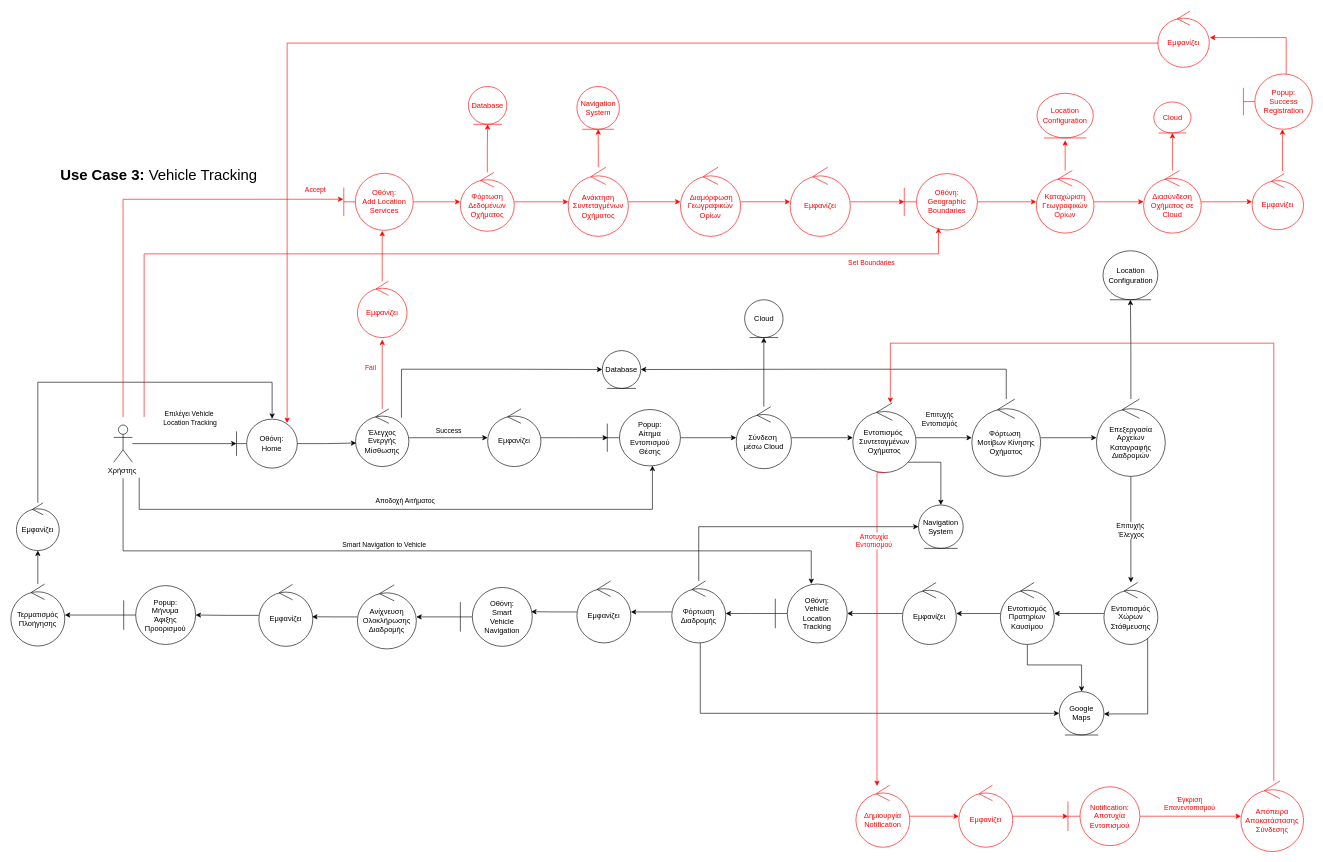
Before: page "Use Case 3 Robustness" (3 of 9) of drawio/Robustness.drawio in ChristineGi/LeaseIt, a draw.io diagram. Source tidied: cells renumbered, new cells numbered last; positions are measured from the earlier drawing's top-left corner, leaving out a move shared by most shapes. Both pictures are drawn from the tidied source at 62%, with x=0, y=0 at pixel (11, 11).
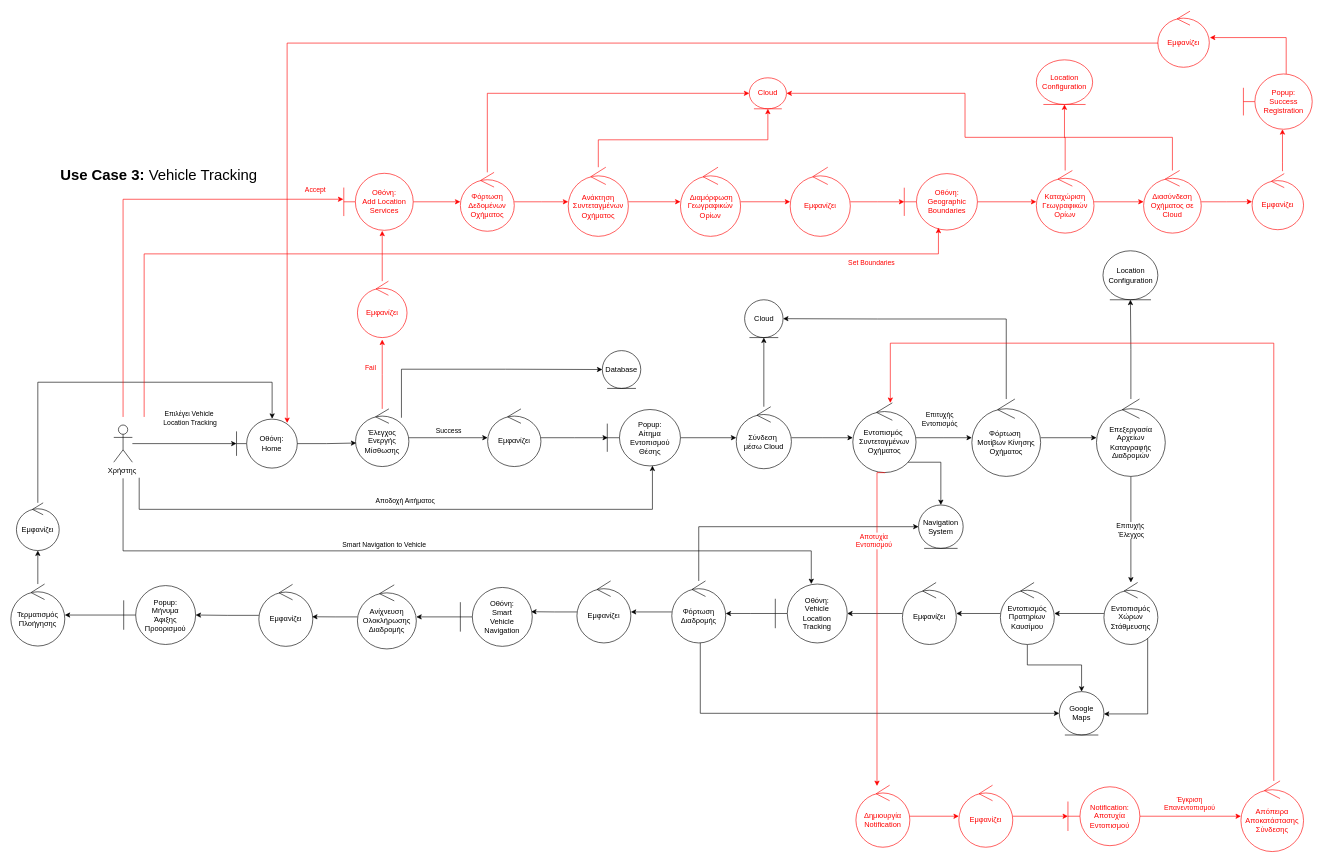
The same page after the edit.

The change refers to these unchanged cells:
```xml
<mxCell id="15" value="Database" style="ellipse;shape=umlEntity;whiteSpace=wrap;html=1;" parent="1" vertex="1">
  <mxGeometry x="954" y="547" width="62" height="61" as="geometry" />
</mxCell>
<mxCell id="25" value="Cloud" style="ellipse;shape=umlEntity;whiteSpace=wrap;html=1;" parent="1" vertex="1">
  <mxGeometry x="1183.5" y="465" width="62" height="61" as="geometry" />
</mxCell>
<mxCell id="33" value="Φόρτωση&amp;nbsp;&lt;div&gt;Μοτίβων Κίνησης&lt;/div&gt;&lt;div&gt;Οχήματος&lt;/div&gt;" style="ellipse;shape=umlControl;whiteSpace=wrap;html=1;" parent="1" vertex="1">
  <mxGeometry x="1550" y="625.1" width="111" height="124.8" as="geometry" />
</mxCell>
<mxCell id="76" value="Φόρτωση&lt;div&gt;Δεδομένων&lt;/div&gt;&lt;div&gt;Οχήματος&lt;/div&gt;" style="ellipse;shape=umlControl;whiteSpace=wrap;html=1;fontColor=#FF0000;strokeColor=#FF0000;" parent="1" vertex="1">
  <mxGeometry x="725" y="259.5" width="87" height="95" as="geometry" />
</mxCell>
<mxCell id="80" value="Ανάκτηση&lt;div&gt;Συντεταγμένων&lt;/div&gt;&lt;div&gt;Οχήματος&lt;/div&gt;" style="ellipse;shape=umlControl;whiteSpace=wrap;html=1;fontColor=#FF0000;strokeColor=#FF0000;" parent="1" vertex="1">
  <mxGeometry x="899" y="251.2" width="97" height="111.5" as="geometry" />
</mxCell>
<mxCell id="92" value="Καταχώριση&lt;div&gt;Γεωγραφικών&lt;/div&gt;&lt;div&gt;Ορίων&lt;/div&gt;" style="ellipse;shape=umlControl;whiteSpace=wrap;html=1;fontColor=#FF0000;strokeColor=#FF0000;" parent="1" vertex="1">
  <mxGeometry x="1654" y="256.5" width="93" height="101" as="geometry" />
</mxCell>
<mxCell id="96" value="Διασύνδεση&lt;div&gt;Οχήματος σε&lt;/div&gt;&lt;div&gt;Cloud&lt;/div&gt;" style="ellipse;shape=umlControl;whiteSpace=wrap;html=1;fontColor=#FF0000;strokeColor=#FF0000;" parent="1" vertex="1">
  <mxGeometry x="1827" y="256.5" width="93" height="101" as="geometry" />
</mxCell>
<mxCell id="99" value="Εμφανίζει" style="ellipse;shape=umlControl;whiteSpace=wrap;html=1;fontColor=#FF0000;strokeColor=#FF0000;" parent="1" vertex="1">
  <mxGeometry x="2002" y="261.5" width="83" height="90.5" as="geometry" />
</mxCell>
```

Diff of the diagram source:
```diff
@@
-    <mxCell id="31" style="edgeStyle=orthogonalEdgeStyle;rounded=0;jettySize=auto;html=1;entryX=1;entryY=0.5;entryDx=0;entryDy=0;" parent="1" edge="1" source="33" target="15">
-      <mxGeometry relative="1" as="geometry">
-        <Array as="points">
-          <mxPoint x="1606" y="577" />
-          <mxPoint x="1317" y="577" />
-          <mxPoint x="1084" y="578" />
-        </Array>
-      </mxGeometry>
-    </mxCell>
@@
+    <mxCell id="116" style="edgeStyle=orthogonalEdgeStyle;rounded=0;jettySize=auto;html=1;entryX=1;entryY=0.5;entryDx=0;entryDy=0;" parent="1" edge="1" source="33" target="25">
+      <mxGeometry relative="1" as="geometry">
+        <Array as="points">
+          <mxPoint x="1605" y="496" />
+          <mxPoint x="1398" y="496" />
+        </Array>
+      </mxGeometry>
+    </mxCell>
@@
-    <mxCell id="73" value="Database" style="ellipse;shape=umlEntity;whiteSpace=wrap;html=1;fontColor=#FF0000;strokeColor=#FF0000;" parent="1" vertex="1">
-      <mxGeometry x="738" y="121" width="62" height="61" as="geometry" />
-    </mxCell>
-    <mxCell id="74" style="edgeStyle=orthogonalEdgeStyle;rounded=0;jettySize=auto;html=1;fontColor=#FF0000;strokeColor=#FF0000;" parent="1" edge="1" source="76" target="73">
-      <mxGeometry relative="1" as="geometry" />
+    <mxCell id="74" style="edgeStyle=orthogonalEdgeStyle;rounded=0;jettySize=auto;html=1;fontColor=#FF0000;strokeColor=#FF0000;entryX=0;entryY=0.5;entryDx=0;entryDy=0;" parent="1" edge="1" source="76" target="97">
+      <mxGeometry relative="1" as="geometry">
+        <Array as="points">
+          <mxPoint x="768" y="132" />
+        </Array>
+      </mxGeometry>
     </mxCell>
@@
-    <mxCell id="78" style="edgeStyle=orthogonalEdgeStyle;rounded=0;jettySize=auto;html=1;fontColor=#FF0000;strokeColor=#FF0000;" parent="1" edge="1" source="80" target="81">
-      <mxGeometry relative="1" as="geometry" />
-    </mxCell>
@@
+    <mxCell id="117" style="edgeStyle=orthogonalEdgeStyle;rounded=0;jettySize=auto;html=1;entryX=0.5;entryY=1;entryDx=0;entryDy=0;strokeColor=#FF0000;" parent="1" edge="1" source="80" target="97">
+      <mxGeometry relative="1" as="geometry">
+        <Array as="points">
+          <mxPoint x="948" y="207" />
+          <mxPoint x="1221" y="207" />
+        </Array>
+      </mxGeometry>
+    </mxCell>
@@
-    <mxCell id="81" value="Navigation&lt;div&gt;System&lt;/div&gt;" style="ellipse;shape=umlEntity;whiteSpace=wrap;html=1;fontColor=#FF0000;strokeColor=#FF0000;" parent="1" vertex="1">
-      <mxGeometry x="913" y="121" width="68.5" height="69" as="geometry" />
-    </mxCell>
@@
-    <mxCell id="91" style="edgeStyle=orthogonalEdgeStyle;rounded=0;jettySize=auto;html=1;strokeColor=#FF0000;" parent="1" edge="1" source="92">
-      <mxGeometry relative="1" as="geometry">
-        <mxPoint x="1700.5" y="207.7" as="targetPoint" />
-      </mxGeometry>
+    <mxCell id="91" style="edgeStyle=orthogonalEdgeStyle;rounded=0;jettySize=auto;html=1;strokeColor=#FF0000;entryX=0.5;entryY=1;entryDx=0;entryDy=0;" parent="1" edge="1" source="92" target="93">
+      <mxGeometry relative="1" as="geometry" />
     </mxCell>
@@
     <mxCell id="93" value="Location&lt;div&gt;Configuration&lt;/div&gt;" style="ellipse;shape=umlEntity;whiteSpace=wrap;html=1;fontColor=#FF0000;strokeColor=#FF0000;" parent="1" vertex="1">
-      <mxGeometry x="1655.1" y="132" width="90.8" height="72" as="geometry" />
+      <mxGeometry x="1654" y="78" width="90.8" height="72" as="geometry" />
     </mxCell>
+    <mxCell id="95" style="edgeStyle=orthogonalEdgeStyle;rounded=0;jettySize=auto;html=1;fontColor=#FF0000;strokeColor=#FF0000;" parent="1" edge="1" source="96" target="99">
+      <mxGeometry relative="1" as="geometry" />
+    </mxCell>
-    <mxCell id="94" style="edgeStyle=orthogonalEdgeStyle;rounded=0;jettySize=auto;html=1;fontColor=#FF0000;strokeColor=#FF0000;" parent="1" edge="1" source="96" target="97">
-      <mxGeometry relative="1" as="geometry" />
+    <mxCell id="94" style="edgeStyle=orthogonalEdgeStyle;rounded=0;jettySize=auto;html=1;entryX=1;entryY=0.5;entryDx=0;entryDy=0;strokeColor=#FF0000;" parent="1" edge="1" source="96" target="97">
+      <mxGeometry relative="1" as="geometry">
+        <Array as="points">
+          <mxPoint x="1874" y="203" />
+          <mxPoint x="1539" y="203" />
+          <mxPoint x="1539" y="132" />
+        </Array>
+      </mxGeometry>
     </mxCell>
-    <mxCell id="95" style="edgeStyle=orthogonalEdgeStyle;rounded=0;jettySize=auto;html=1;fontColor=#FF0000;strokeColor=#FF0000;" parent="1" edge="1" source="96" target="99">
-      <mxGeometry relative="1" as="geometry" />
-    </mxCell>
@@
     <mxCell id="97" value="Cloud" style="ellipse;shape=umlEntity;whiteSpace=wrap;html=1;fontColor=#FF0000;strokeColor=#FF0000;" parent="1" vertex="1">
-      <mxGeometry x="1843.5" y="146" width="60" height="50" as="geometry" />
+      <mxGeometry x="1191" y="107" width="60" height="50" as="geometry" />
     </mxCell>
```
